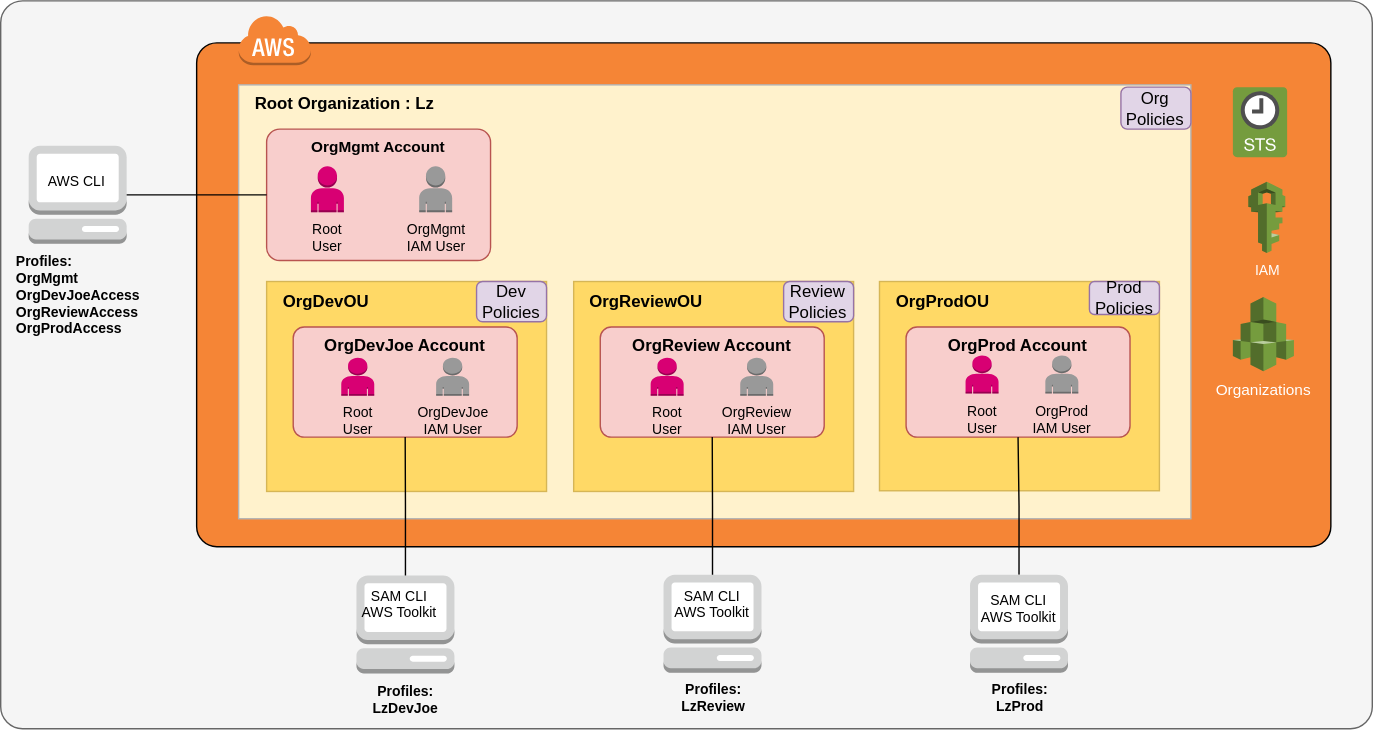
Above: docs/assets/img/AwsProdSetup.svg in InSciCo/InSciCo (draw.io), before the change. Source tidied: cells renumbered, new cells last; positions are measured from the earlier drawing's top-left corner, leaving out a move shared by most shapes.
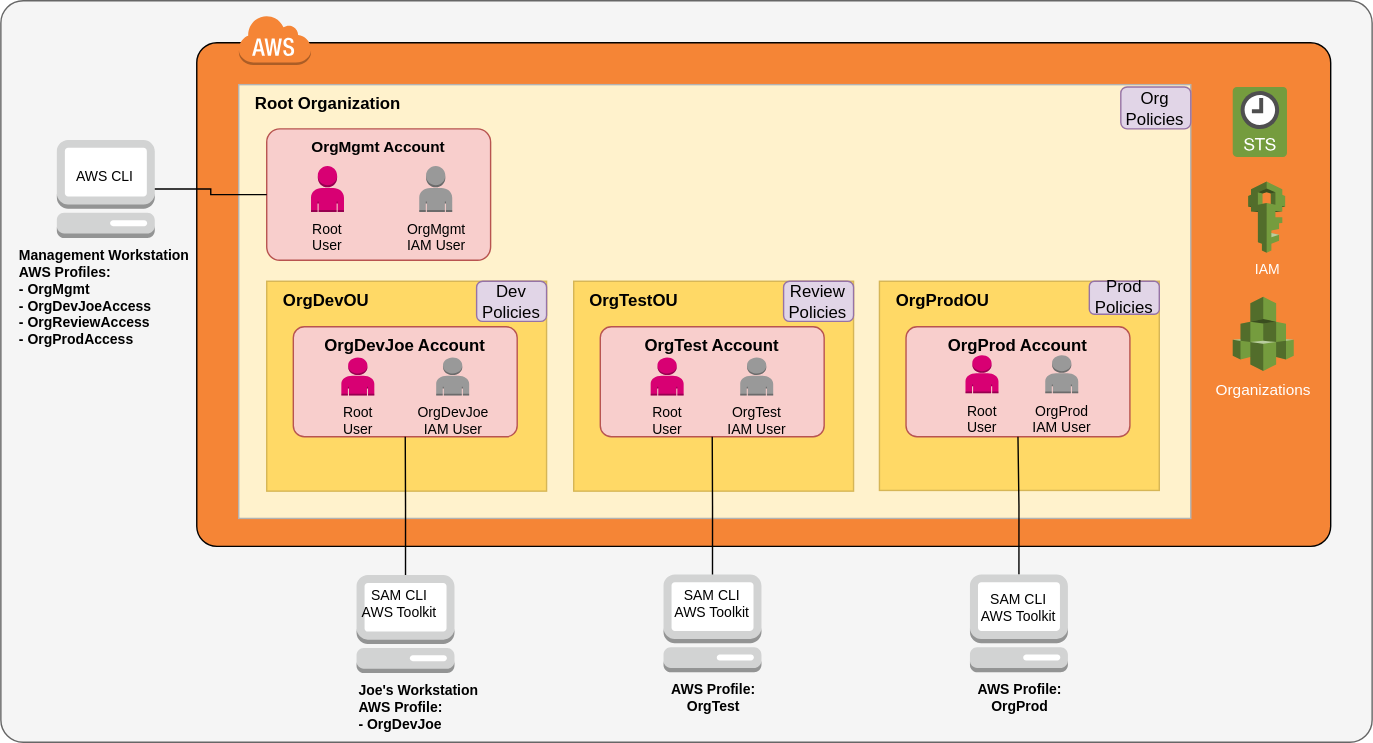
Above is the later version.

What changed in the source:
```diff
@@ -3,12 +3,12 @@
     <mxCell id="0" />
     <mxCell id="1" parent="0" />
     <mxCell id="2" style="rounded=1;whiteSpace=wrap;html=1;labelBackgroundColor=#ffffff;strokeWidth=1;fillColor=#f5f5f5;fontSize=10;fontColor=#333333;arcSize=3;strokeColor=#666666;" parent="1" vertex="1">
-      <mxGeometry width="980" height="520" as="geometry" />
+      <mxGeometry width="980" height="530" as="geometry" />
     </mxCell>
     <mxCell id="3" style="rounded=1;arcSize=4;dashed=0;strokeWidth=1;fontSize=10;fillColor=#F58536;fontColor=#FFFFFF;" parent="1" vertex="1">
       <mxGeometry x="140" y="30" width="810.4" height="360" as="geometry" />
     </mxCell>
-    <mxCell id="4" value="Root Organization : Lz" style="rounded=0;whiteSpace=wrap;html=1;fillColor=#fff2cc;verticalAlign=top;align=left;spacingLeft=10;fontStyle=1;strokeColor=#B3B3B3;" parent="1" vertex="1">
+    <mxCell id="4" value="Root Organization" style="rounded=0;whiteSpace=wrap;html=1;fillColor=#fff2cc;verticalAlign=top;align=left;spacingLeft=10;fontStyle=1;strokeColor=#B3B3B3;" parent="1" vertex="1">
       <mxGeometry x="170" y="60" width="680.4" height="310" as="geometry" />
     </mxCell>
     <mxCell id="5" value="Org Policies" style="rounded=1;whiteSpace=wrap;html=1;fillColor=#e1d5e7;strokeColor=#9673a6;" parent="1" vertex="1">
@@ -47,7 +47,7 @@
     <mxCell id="16" style="group;" parent="1" vertex="1">
       <mxGeometry x="409.4" y="200.5" width="200" height="181.7" as="geometry" />
     </mxCell>
-    <mxCell id="17" value="OrgReviewOU" style="rounded=0;whiteSpace=wrap;html=1;strokeColor=#d6b656;verticalAlign=top;align=left;spacingLeft=10;fontStyle=1;fillColor=#FFD966;" parent="16" vertex="1">
+    <mxCell id="17" value="OrgTestOU" style="rounded=0;whiteSpace=wrap;html=1;strokeColor=#d6b656;verticalAlign=top;align=left;spacingLeft=10;fontStyle=1;fillColor=#FFD966;" parent="16" vertex="1">
       <mxGeometry width="200" height="150" as="geometry" />
     </mxCell>
     <mxCell id="18" value="Review Policies" style="rounded=1;whiteSpace=wrap;html=1;fillColor=#e1d5e7;strokeColor=#9673a6;" parent="16" vertex="1">
@@ -77,13 +77,13 @@
     <mxCell id="26" style="group;" parent="19" vertex="1">
       <mxGeometry x="-199.5" y="32.5" width="160" height="78.7" as="geometry" />
     </mxCell>
-    <mxCell id="27" value="OrgReview Account" style="rounded=1;arcSize=10;dashed=0;fillColor=#f8cecc;strokeWidth=1;fontSize=12;strokeColor=#b85450;verticalAlign=top;fontStyle=1;" parent="26" vertex="1">
+    <mxCell id="27" value="OrgTest Account" style="rounded=1;arcSize=10;dashed=0;fillColor=#f8cecc;strokeWidth=1;fontSize=12;strokeColor=#b85450;verticalAlign=top;fontStyle=1;" parent="26" vertex="1">
       <mxGeometry width="160" height="78.7" as="geometry" />
     </mxCell>
     <mxCell id="28" value="Root&lt;br&gt;User" style="dashed=0;verticalLabelPosition=bottom;verticalAlign=top;align=center;html=1;shape=mxgraph.aws3.user;labelBackgroundColor=none;strokeWidth=1;fontSize=10;fillColor=#d80073;strokeColor=#A50040;" parent="26" vertex="1">
       <mxGeometry x="36" y="22" width="23.6" height="27.1" as="geometry" />
     </mxCell>
-    <mxCell id="29" value="OrgReview&lt;br&gt;IAM User" style="dashed=0;verticalLabelPosition=bottom;verticalAlign=top;align=center;html=1;shape=mxgraph.aws3.user;gradientColor=none;labelBackgroundColor=none;strokeWidth=1;fontSize=10;fontColor=#000000;fillColor=#999999;" parent="26" vertex="1">
+    <mxCell id="29" value="OrgTest&lt;br&gt;IAM User" style="dashed=0;verticalLabelPosition=bottom;verticalAlign=top;align=center;html=1;shape=mxgraph.aws3.user;gradientColor=none;labelBackgroundColor=none;strokeWidth=1;fontSize=10;fontColor=#000000;fillColor=#999999;" parent="26" vertex="1">
       <mxGeometry x="100" y="22" width="23.6" height="27.1" as="geometry" />
     </mxCell>
     <mxCell id="30" style="group;" parent="19" vertex="1">
@@ -104,7 +104,7 @@
     <mxCell id="35" style="group;" parent="1" vertex="1">
       <mxGeometry x="473.6" y="410" width="70" height="70" as="geometry" />
     </mxCell>
-    <mxCell id="36" value="&lt;b&gt;Profiles:&lt;br&gt;LzReview&lt;br&gt;&lt;/b&gt;" style="outlineConnect=0;dashed=0;verticalLabelPosition=bottom;verticalAlign=top;align=center;html=1;shape=mxgraph.aws3.management_console;fillColor=#D2D3D3;gradientColor=none;strokeWidth=1;fontSize=10;fontColor=#000000;" parent="35" vertex="1">
+    <mxCell id="36" value="&lt;b&gt;AWS Profile:&lt;br&gt;OrgTest&lt;br&gt;&lt;/b&gt;" style="outlineConnect=0;dashed=0;verticalLabelPosition=bottom;verticalAlign=top;align=center;html=1;shape=mxgraph.aws3.management_console;fillColor=#D2D3D3;gradientColor=none;strokeWidth=1;fontSize=10;fontColor=#000000;" parent="35" vertex="1">
       <mxGeometry width="70" height="70" as="geometry" />
     </mxCell>
     <mxCell id="37" value="SAM CLI&lt;br&gt;AWS Toolkit" style="text;html=1;strokeColor=none;fillColor=none;align=center;verticalAlign=middle;whiteSpace=wrap;rounded=0;fontSize=10;fontColor=#000000;" parent="35" vertex="1">
@@ -113,16 +113,16 @@
     <mxCell id="38" style="group;" parent="1" vertex="1">
       <mxGeometry x="689.6" y="410" width="73" height="70" as="geometry" />
     </mxCell>
-    <mxCell id="39" value="&lt;b&gt;Profiles:&lt;br&gt;LzProd&lt;br&gt;&lt;/b&gt;" style="outlineConnect=0;dashed=0;verticalLabelPosition=bottom;verticalAlign=top;align=center;html=1;shape=mxgraph.aws3.management_console;fillColor=#D2D3D3;gradientColor=none;strokeWidth=1;fontSize=10;fontColor=#000000;" parent="38" vertex="1">
+    <mxCell id="39" value="&lt;b&gt;AWS Profile:&lt;br&gt;OrgProd&lt;br&gt;&lt;/b&gt;" style="outlineConnect=0;dashed=0;verticalLabelPosition=bottom;verticalAlign=top;align=center;html=1;shape=mxgraph.aws3.management_console;fillColor=#D2D3D3;gradientColor=none;strokeWidth=1;fontSize=10;fontColor=#000000;" parent="38" vertex="1">
       <mxGeometry x="3" width="70" height="70" as="geometry" />
     </mxCell>
     <mxCell id="40" value="SAM CLI&lt;br&gt;AWS Toolkit" style="text;html=1;strokeColor=none;fillColor=none;align=center;verticalAlign=middle;whiteSpace=wrap;rounded=0;fontSize=10;fontColor=#000000;" parent="38" vertex="1">
       <mxGeometry x="7.5" y="13.5" width="60.9" height="20" as="geometry" />
     </mxCell>
     <mxCell id="41" style="group;" parent="1" vertex="1">
-      <mxGeometry x="20" y="103.6" width="70" height="70" as="geometry" />
+      <mxGeometry x="40" y="99.6" width="70" height="70" as="geometry" />
     </mxCell>
-    <mxCell id="42" value="&lt;div style=&quot;text-align: left&quot;&gt;&lt;b&gt;Profiles:&lt;/b&gt;&lt;/div&gt;&lt;b&gt;&lt;div style=&quot;text-align: left&quot;&gt;&lt;b&gt;OrgMgmt&lt;/b&gt;&lt;/div&gt;&lt;/b&gt;&lt;div style=&quot;text-align: left&quot;&gt;&lt;b&gt;OrgDevJoeAccess&lt;/b&gt;&lt;/div&gt;&lt;div style=&quot;text-align: left&quot;&gt;&lt;b&gt;OrgReviewAccess&lt;/b&gt;&lt;/div&gt;&lt;div style=&quot;text-align: left&quot;&gt;&lt;b&gt;OrgProdAccess&lt;/b&gt;&lt;/div&gt;" style="outlineConnect=0;dashed=0;verticalLabelPosition=bottom;verticalAlign=top;align=center;html=1;shape=mxgraph.aws3.management_console;fillColor=#D2D3D3;gradientColor=none;strokeWidth=1;fontSize=10;fontColor=#000000;" parent="41" vertex="1">
+    <mxCell id="42" value="&lt;div style=&quot;text-align: left&quot;&gt;&lt;b&gt;Management Workstation&amp;nbsp;&lt;/b&gt;&lt;/div&gt;&lt;div style=&quot;text-align: left&quot;&gt;&lt;b&gt;AWS Profiles:&lt;/b&gt;&lt;/div&gt;&lt;b&gt;&lt;div style=&quot;text-align: left&quot;&gt;&lt;b&gt;- OrgMgmt&lt;/b&gt;&lt;/div&gt;&lt;/b&gt;&lt;div style=&quot;text-align: left&quot;&gt;&lt;b&gt;- OrgDevJoeAccess&lt;/b&gt;&lt;/div&gt;&lt;div style=&quot;text-align: left&quot;&gt;&lt;b&gt;- OrgReviewAccess&lt;/b&gt;&lt;/div&gt;&lt;div style=&quot;text-align: left&quot;&gt;&lt;b&gt;- OrgProdAccess&lt;/b&gt;&lt;/div&gt;" style="outlineConnect=0;dashed=0;verticalLabelPosition=bottom;verticalAlign=top;align=center;html=1;shape=mxgraph.aws3.management_console;fillColor=#D2D3D3;gradientColor=none;strokeWidth=1;fontSize=10;fontColor=#000000;" parent="41" vertex="1">
       <mxGeometry width="70" height="70" as="geometry" />
     </mxCell>
     <mxCell id="43" value="AWS CLI" style="text;html=1;strokeColor=none;fillColor=none;align=center;verticalAlign=middle;whiteSpace=wrap;rounded=0;fontSize=10;fontColor=#000000;" parent="41" vertex="1">
@@ -134,7 +134,7 @@
     <mxCell id="45" style="group;" parent="1" vertex="1">
       <mxGeometry x="254.2" y="410.5" width="70" height="70" as="geometry" />
     </mxCell>
-    <mxCell id="46" value="&lt;b&gt;Profiles:&lt;br&gt;LzDevJoe&lt;br&gt;&lt;/b&gt;" style="outlineConnect=0;dashed=0;verticalLabelPosition=bottom;verticalAlign=top;align=center;html=1;shape=mxgraph.aws3.management_console;fillColor=#D2D3D3;gradientColor=none;strokeWidth=1;fontSize=10;fontColor=#000000;" parent="45" vertex="1">
+    <mxCell id="46" value="&lt;b&gt;Joe's Workstation&lt;br&gt;AWS Profile:&lt;br&gt;- OrgDevJoe&lt;br&gt;&lt;/b&gt;" style="outlineConnect=0;dashed=0;verticalLabelPosition=bottom;verticalAlign=top;align=left;html=1;shape=mxgraph.aws3.management_console;fillColor=#D2D3D3;gradientColor=none;strokeWidth=1;fontSize=10;fontColor=#000000;" parent="45" vertex="1">
       <mxGeometry width="70" height="70" as="geometry" />
     </mxCell>
     <mxCell id="47" value="SAM CLI&lt;br&gt;AWS Toolkit" style="text;html=1;strokeColor=none;fillColor=none;align=center;verticalAlign=middle;whiteSpace=wrap;rounded=0;fontSize=10;fontColor=#000000;" parent="45" vertex="1">
```
